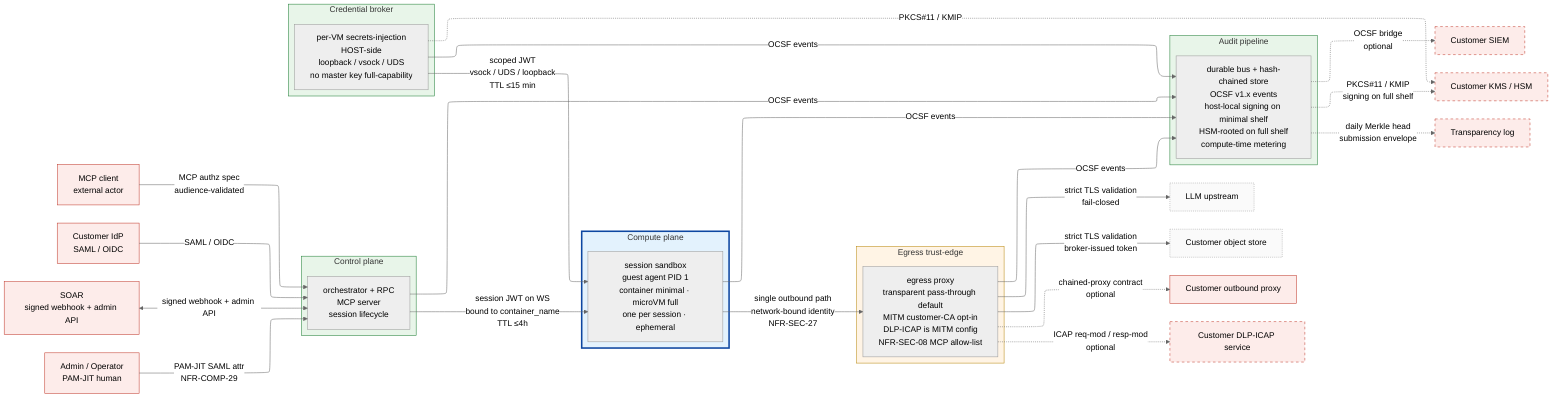
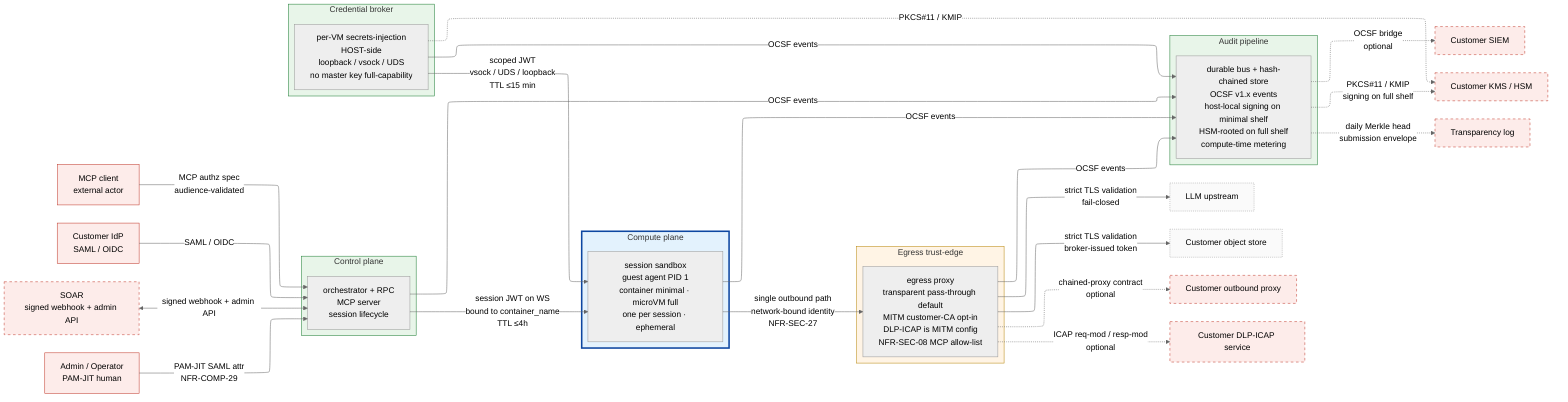
%% SPDX-License-Identifier: FSL-1.1-Apache-2.0
%% Copyright (c) 2025 Open Computer Use Contributors
%% Canonical Layer 3 trust-zone diagram. Referenced from docs/architecture/02-trust-boundaries.md §5.
%% Convention: solid subgraph border = always present; dashed border = optional configuration.
%% Palette per DoD ZTRA: red untrusted / amber semi-trusted / green trusted / blue isolated.

%%{init: {"flowchart": {"defaultRenderer": "elk"}, "theme": "neutral"} }%%
flowchart LR

    %% ─── external actors (untrusted; rendered as plain nodes, not subgraphs) ───
    MCPC[MCP client<br/>external actor]:::ext
    IDP[Customer IdP<br/>SAML / OIDC]:::ext
    LLM[LLM upstream]:::endpoint
    OBJ[Customer object store]:::endpoint
-     CPROXY[Customer outbound proxy]:::ext
+     CPROXY[Customer outbound proxy]:::extOpt
    ICAP[Customer DLP-ICAP service]:::extOpt
    SIEM[Customer SIEM]:::extOpt
    KMS[Customer KMS / HSM]:::extOpt
-     SOAR[SOAR<br/>signed webhook + admin API]:::ext
+     SOAR[SOAR<br/>signed webhook + admin API]:::extOpt
    OPER[Admin / Operator<br/>PAM-JIT human]:::ext
    TLOG[Transparency log]:::extOpt

    %% ─── our zones ───
    subgraph CP[Control plane]
        ORCH[orchestrator + RPC<br/>MCP server<br/>session lifecycle]
    end

    subgraph BROKER[Credential broker]
        BR[per-VM secrets-injection<br/>HOST-side<br/>loopback / vsock / UDS<br/>no master key full-capability]
    end

    subgraph COMPUTE[Compute plane]
        VM[session sandbox<br/>guest agent PID 1<br/>container minimal · microVM full<br/>one per session · ephemeral]
    end

    subgraph EDGE[Egress trust-edge]
        PROXY[egress proxy<br/>transparent pass-through default<br/>MITM customer-CA opt-in<br/>DLP-ICAP is MITM config<br/>NFR-SEC-08 MCP allow-list]
    end

    subgraph AUDIT[Audit pipeline]
        BUS[durable bus + hash-chained store<br/>OCSF v1.x events<br/>host-local signing on minimal shelf<br/>HSM-rooted on full shelf<br/>compute-time metering]
    end

    %% ─── inbound edges ───
    MCPC -->|"MCP authz spec<br/>audience-validated"| ORCH
    IDP -->|SAML / OIDC| ORCH
    OPER -->|PAM-JIT SAML attr<br/>NFR-COMP-29| ORCH
    SOAR <-->|signed webhook + admin API| ORCH

    %% ─── internal edges (encrypted in transit; NFR-SEC-37) ───
    ORCH -->|"session JWT on WS<br/>bound to container_name<br/>TTL ≤4h"| VM
    BR -->|"scoped JWT<br/>vsock / UDS / loopback<br/>TTL ≤15 min"| VM

    %% ─── egress edges ───
    VM -->|"single outbound path<br/>network-bound identity<br/>NFR-SEC-27"| PROXY
    PROXY -->|"strict TLS validation<br/>fail-closed"| LLM
    PROXY -->|"strict TLS validation<br/>broker-issued token"| OBJ
    PROXY -.->|"chained-proxy contract<br/>optional"| CPROXY
    PROXY -.->|"ICAP req-mod / resp-mod<br/>optional"| ICAP

    %% ─── audit edges (every named zone emits OCSF events) ───
    ORCH -->|OCSF events| BUS
    BR -->|OCSF events| BUS
    VM -->|OCSF events| BUS
    PROXY -->|OCSF events| BUS

    %% ─── audit egress ───
    BUS -.->|"OCSF bridge<br/>optional"| SIEM
    BUS -.->|"daily Merkle head<br/>submission envelope"| TLOG

    %% ─── KMS path (optional, full-capability shelf only) ───
    BR -.->|"PKCS#11 / KMIP"| KMS
    BUS -.->|"PKCS#11 / KMIP<br/>signing on full shelf"| KMS

    %% ─── styling (DoD ZTRA palette) ───
    classDef ext fill:#fdecea,stroke:#c0392b,stroke-width:1px;
    classDef extOpt fill:#fdecea,stroke:#c0392b,stroke-dasharray: 5 5;
    classDef endpoint fill:#fafafa,stroke:#9e9e9e,stroke-dasharray: 2 2;
    style CP fill:#e8f5e9,stroke:#1e7e34,stroke-width:1px;
    style BROKER fill:#e8f5e9,stroke:#1e7e34,stroke-width:1px;
    style COMPUTE fill:#e3f2fd,stroke:#0d47a1,stroke-width:3px;
    style EDGE fill:#fff4e5,stroke:#b8860b,stroke-width:1px;
    style AUDIT fill:#e8f5e9,stroke:#1e7e34,stroke-width:1px;
